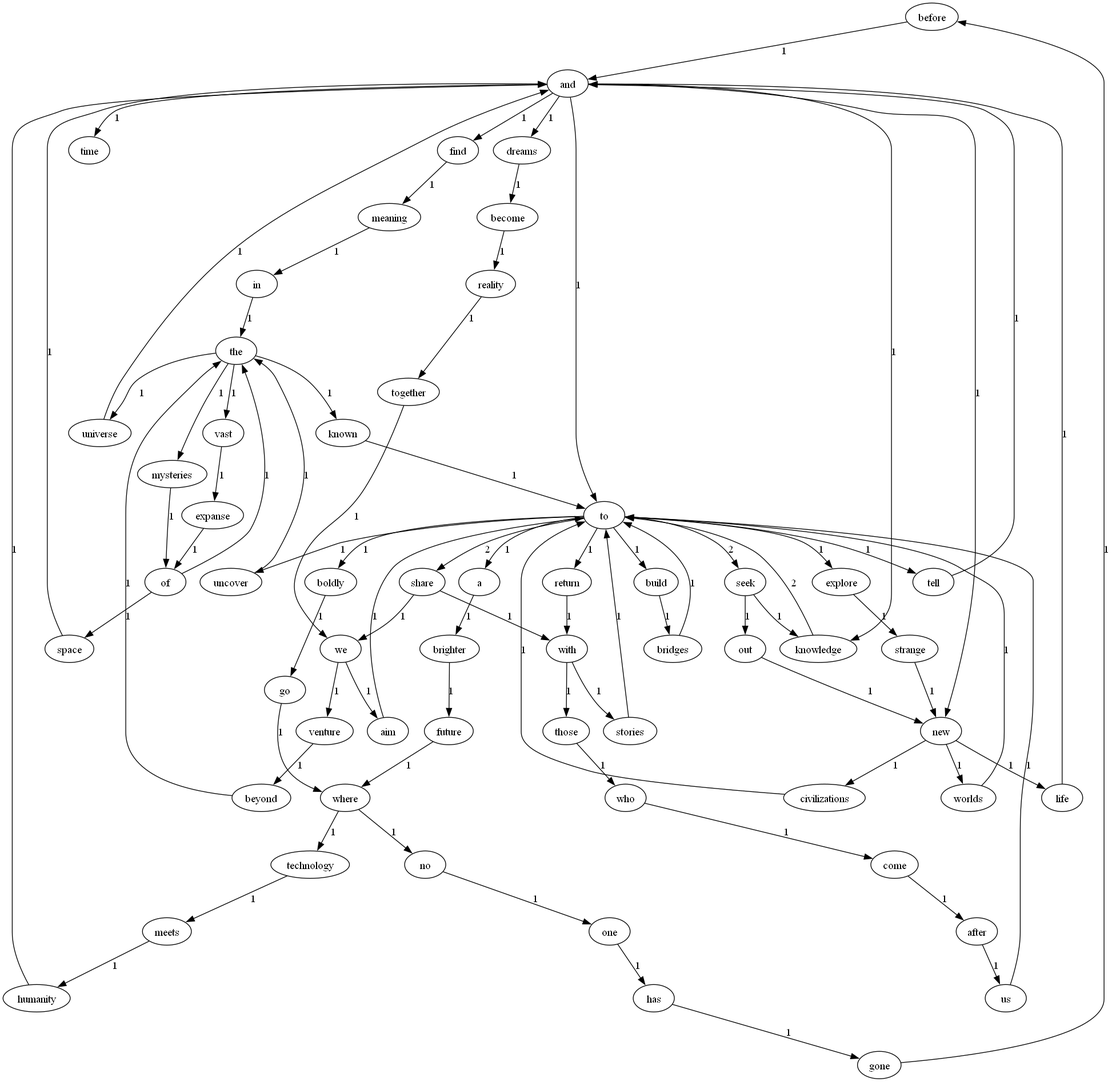
Earlier version of the Graphviz export graph.png (Leishenl/Lab1-2021112731). Its source is kept beside it as graph.dot.
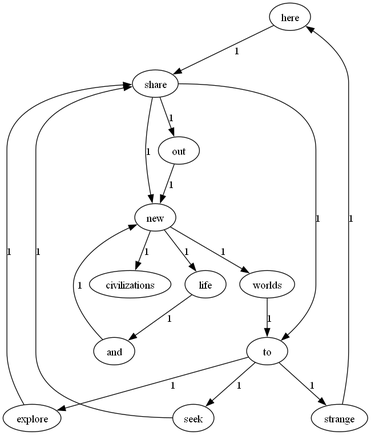
After the change.

Change to the diagram source:
```diff
@@ -1,83 +1,19 @@
 digraph G {
-    "before" -> "and" [label="1"];
-    "tell" -> "and" [label="1"];
-    "beyond" -> "the" [label="1"];
-    "space" -> "and" [label="1"];
-    "find" -> "meaning" [label="1"];
-    "meaning" -> "in" [label="1"];
-    "has" -> "gone" [label="1"];
-    "civilizations" -> "to" [label="1"];
-    "those" -> "who" [label="1"];
-    "us" -> "to" [label="1"];
-    "knowledge" -> "to" [label="2"];
+    "here" -> "share" [label="1"];
     "new" -> "worlds" [label="1"];
     "new" -> "civilizations" [label="1"];
     "new" -> "life" [label="1"];
-    "meets" -> "humanity" [label="1"];
-    "in" -> "the" [label="1"];
-    "mysteries" -> "of" [label="1"];
-    "come" -> "after" [label="1"];
-    "bridges" -> "to" [label="1"];
-    "uncover" -> "the" [label="1"];
-    "strange" -> "new" [label="1"];
-    "venture" -> "beyond" [label="1"];
-    "expanse" -> "of" [label="1"];
-    "gone" -> "before" [label="1"];
-    "reality" -> "together" [label="1"];
-    "who" -> "come" [label="1"];
-    "become" -> "reality" [label="1"];
-    "no" -> "one" [label="1"];
     "worlds" -> "to" [label="1"];
-    "aim" -> "to" [label="1"];
-    "dreams" -> "become" [label="1"];
-    "seek" -> "out" [label="1"];
-    "seek" -> "knowledge" [label="1"];
+    "explore" -> "share" [label="1"];
+    "and" -> "new" [label="1"];
+    "share" -> "new" [label="1"];
+    "share" -> "to" [label="1"];
+    "share" -> "out" [label="1"];
+    "to" -> "explore" [label="1"];
+    "to" -> "seek" [label="1"];
+    "to" -> "strange" [label="1"];
+    "seek" -> "share" [label="1"];
+    "strange" -> "here" [label="1"];
     "life" -> "and" [label="1"];
-    "we" -> "aim" [label="1"];
-    "we" -> "venture" [label="1"];
     "out" -> "new" [label="1"];
-    "known" -> "to" [label="1"];
-    "and" -> "new" [label="1"];
-    "and" -> "find" [label="1"];
-    "and" -> "dreams" [label="1"];
-    "and" -> "to" [label="1"];
-    "and" -> "time" [label="1"];
-    "and" -> "knowledge" [label="1"];
-    "of" -> "the" [label="1"];
-    "of" -> "space" [label="1"];
-    "where" -> "no" [label="1"];
-    "where" -> "technology" [label="1"];
-    "share" -> "with" [label="1"];
-    "share" -> "we" [label="1"];
-    "boldly" -> "go" [label="1"];
-    "after" -> "us" [label="1"];
-    "together" -> "we" [label="1"];
-    "humanity" -> "and" [label="1"];
-    "a" -> "brighter" [label="1"];
-    "stories" -> "to" [label="1"];
-    "explore" -> "strange" [label="1"];
-    "brighter" -> "future" [label="1"];
-    "one" -> "has" [label="1"];
-    "go" -> "where" [label="1"];
-    "technology" -> "meets" [label="1"];
-    "the" -> "known" [label="1"];
-    "the" -> "universe" [label="1"];
-    "the" -> "mysteries" [label="1"];
-    "the" -> "vast" [label="1"];
-    "with" -> "stories" [label="1"];
-    "with" -> "those" [label="1"];
-    "build" -> "bridges" [label="1"];
-    "future" -> "where" [label="1"];
-    "universe" -> "and" [label="1"];
-    "to" -> "a" [label="1"];
-    "to" -> "explore" [label="1"];
-    "to" -> "build" [label="1"];
-    "to" -> "tell" [label="1"];
-    "to" -> "share" [label="2"];
-    "to" -> "boldly" [label="1"];
-    "to" -> "uncover" [label="1"];
-    "to" -> "seek" [label="2"];
-    "to" -> "return" [label="1"];
-    "vast" -> "expanse" [label="1"];
-    "return" -> "with" [label="1"];
 }
```
